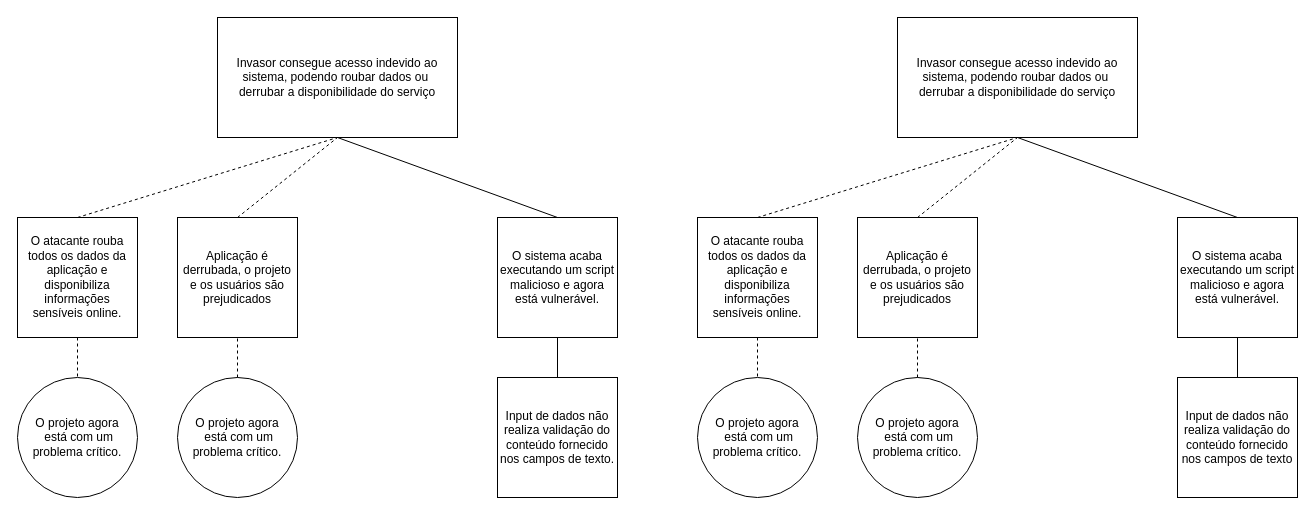
Above: ArvoreRiscoOWASP.drawio in luca-moraes/atividade3SegInfo (draw.io), before the change. Source tidied: cells renumbered, new cells numbered last; positions are measured from the earlier drawing's top-left corner, leaving out a move shared by most shapes. Both pictures are drawn from the tidied source at 100%, with x=0, y=0 at pixel (17, 17).
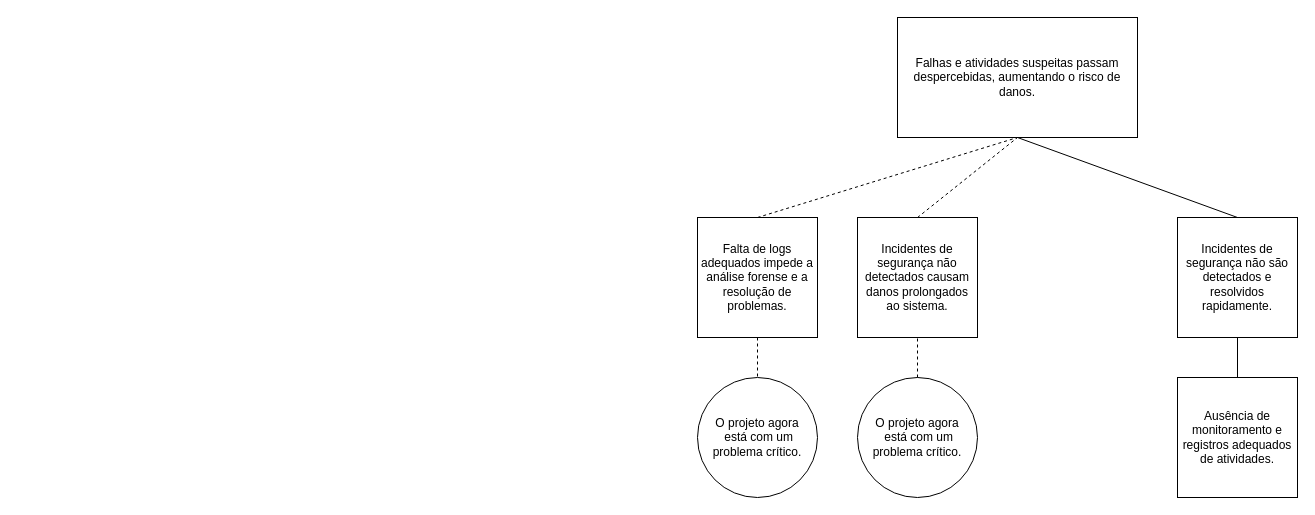
Above is the later version.

The edit, as a diff of the source:
```diff
@@
-    <mxCell id="2" value="Invasor consegue acesso indevido ao sistema, podendo roubar dados ou&amp;nbsp;&lt;div&gt;derrubar a disponibilidade do serviço&lt;/div&gt;" style="rounded=0;whiteSpace=wrap;html=1;" parent="1" vertex="1">
-      <mxGeometry x="200" width="240" height="120" as="geometry" />
-    </mxCell>
-    <mxCell id="3" value="O projeto agora&lt;div&gt;&amp;nbsp;está com um problema crítico.&lt;/div&gt;" style="ellipse;whiteSpace=wrap;html=1;" parent="1" vertex="1">
-      <mxGeometry y="360" width="120" height="120" as="geometry" />
-    </mxCell>
-    <mxCell id="4" style="endArrow=none;dashed=1;html=1;rounded=0;exitX=0.5;exitY=1;exitDx=0;exitDy=0;entryX=0.5;entryY=0;entryDx=0;entryDy=0;" parent="1" edge="1" source="9" target="3">
-      <mxGeometry relative="1" as="geometry" />
-    </mxCell>
-    <mxCell id="5" value="O sistema acaba executando um script malicioso e agora está vulnerável." style="whiteSpace=wrap;html=1;" parent="1" vertex="1">
-      <mxGeometry x="480" y="200" width="120" height="120" as="geometry" />
-    </mxCell>
-    <mxCell id="6" style="endArrow=none;html=1;rounded=0;entryX=0.5;entryY=1;entryDx=0;entryDy=0;exitX=0.5;exitY=0;exitDx=0;exitDy=0;" parent="1" edge="1" source="5" target="2">
-      <mxGeometry relative="1" as="geometry" />
-    </mxCell>
-    <mxCell id="7" value="Input de dados não realiza validação do conteúdo fornecido nos campos de texto." style="whiteSpace=wrap;html=1;" parent="1" vertex="1">
-      <mxGeometry x="480" y="360" width="120" height="120" as="geometry" />
-    </mxCell>
-    <mxCell id="8" style="endArrow=none;html=1;rounded=0;entryX=0.5;entryY=1;entryDx=0;entryDy=0;exitX=0.5;exitY=0;exitDx=0;exitDy=0;" parent="1" edge="1" source="7" target="5">
-      <mxGeometry relative="1" as="geometry" />
-    </mxCell>
-    <mxCell id="9" value="O atacante rouba todos os dados da aplicação e disponibiliza informações sensíveis online." style="whiteSpace=wrap;html=1;" parent="1" vertex="1">
-      <mxGeometry y="200" width="120" height="120" as="geometry" />
-    </mxCell>
-    <mxCell id="10" style="endArrow=none;dashed=1;html=1;rounded=0;entryX=0.5;entryY=1;entryDx=0;entryDy=0;exitX=0.5;exitY=0;exitDx=0;exitDy=0;" parent="1" edge="1" source="11" target="2">
-      <mxGeometry relative="1" as="geometry" />
-    </mxCell>
-    <mxCell id="11" value="Aplicação é derrubada, o projeto e os usuários são prejudicados" style="whiteSpace=wrap;html=1;" parent="1" vertex="1">
-      <mxGeometry x="160" y="200" width="120" height="120" as="geometry" />
-    </mxCell>
-    <mxCell id="12" value="O projeto agora&lt;div&gt;&amp;nbsp;está com um problema crítico.&lt;/div&gt;" style="ellipse;whiteSpace=wrap;html=1;" parent="1" vertex="1">
-      <mxGeometry x="160" y="360" width="120" height="120" as="geometry" />
-    </mxCell>
-    <mxCell id="13" style="endArrow=none;dashed=1;html=1;rounded=0;entryX=0.5;entryY=1;entryDx=0;entryDy=0;exitX=0.5;exitY=0;exitDx=0;exitDy=0;" parent="1" edge="1" source="12" target="11">
-      <mxGeometry relative="1" as="geometry" />
-    </mxCell>
-    <mxCell id="14" style="endArrow=none;dashed=1;html=1;rounded=0;entryX=0.5;entryY=1;entryDx=0;entryDy=0;exitX=0.5;exitY=0;exitDx=0;exitDy=0;" parent="1" edge="1" source="9" target="2">
-      <mxGeometry relative="1" as="geometry" />
-    </mxCell>
-    <mxCell id="15" value="Invasor consegue acesso indevido ao sistema, podendo roubar dados ou&amp;nbsp;&lt;div&gt;derrubar a disponibilidade do serviço&lt;/div&gt;" style="rounded=0;whiteSpace=wrap;html=1;" parent="1" vertex="1">
+    <mxCell id="15" value="&lt;p&gt;&lt;/p&gt;&lt;p&gt;&lt;/p&gt;&lt;p&gt;&lt;/p&gt;&lt;p&gt;&lt;/p&gt;&lt;p&gt;&lt;/p&gt;&lt;p&gt;&lt;/p&gt;&lt;p&gt;&lt;/p&gt;&lt;p&gt;&lt;/p&gt;&lt;p&gt;&lt;/p&gt;&lt;p&gt;Falhas e atividades suspeitas passam despercebidas, aumentando o risco de danos.&lt;/p&gt;&lt;p&gt;&lt;/p&gt;" style="rounded=0;whiteSpace=wrap;html=1;" parent="1" vertex="1">
       <mxGeometry x="880" width="240" height="120" as="geometry" />
     </mxCell>
@@
-    <mxCell id="18" value="O sistema acaba executando um script malicioso e agora está vulnerável." style="whiteSpace=wrap;html=1;" parent="1" vertex="1">
+    <mxCell id="18" value=" Incidentes de segurança não são detectados e resolvidos rapidamente." style="whiteSpace=wrap;html=1;" parent="1" vertex="1">
       <mxGeometry x="1160" y="200" width="120" height="120" as="geometry" />
     </mxCell>
@@
-    <mxCell id="20" value="Input de dados não realiza validação do conteúdo fornecido nos campos de texto" style="whiteSpace=wrap;html=1;" parent="1" vertex="1">
+    <mxCell id="20" value="Ausência de monitoramento e registros adequados de atividades." style="whiteSpace=wrap;html=1;" parent="1" vertex="1">
       <mxGeometry x="1160" y="360" width="120" height="120" as="geometry" />
     </mxCell>
@@
-    <mxCell id="22" value="O atacante rouba todos os dados da aplicação e disponibiliza informações sensíveis online." style="whiteSpace=wrap;html=1;" parent="1" vertex="1">
+    <mxCell id="22" value="Falta de logs adequados impede a análise forense e a resolução de problemas." style="whiteSpace=wrap;html=1;" parent="1" vertex="1">
       <mxGeometry x="680" y="200" width="120" height="120" as="geometry" />
     </mxCell>
@@
-    <mxCell id="24" value="Aplicação é derrubada, o projeto e os usuários são prejudicados" style="whiteSpace=wrap;html=1;" parent="1" vertex="1">
+    <mxCell id="24" value="Incidentes de segurança não detectados causam danos prolongados ao sistema." style="whiteSpace=wrap;html=1;" parent="1" vertex="1">
       <mxGeometry x="840" y="200" width="120" height="120" as="geometry" />
     </mxCell>
```
